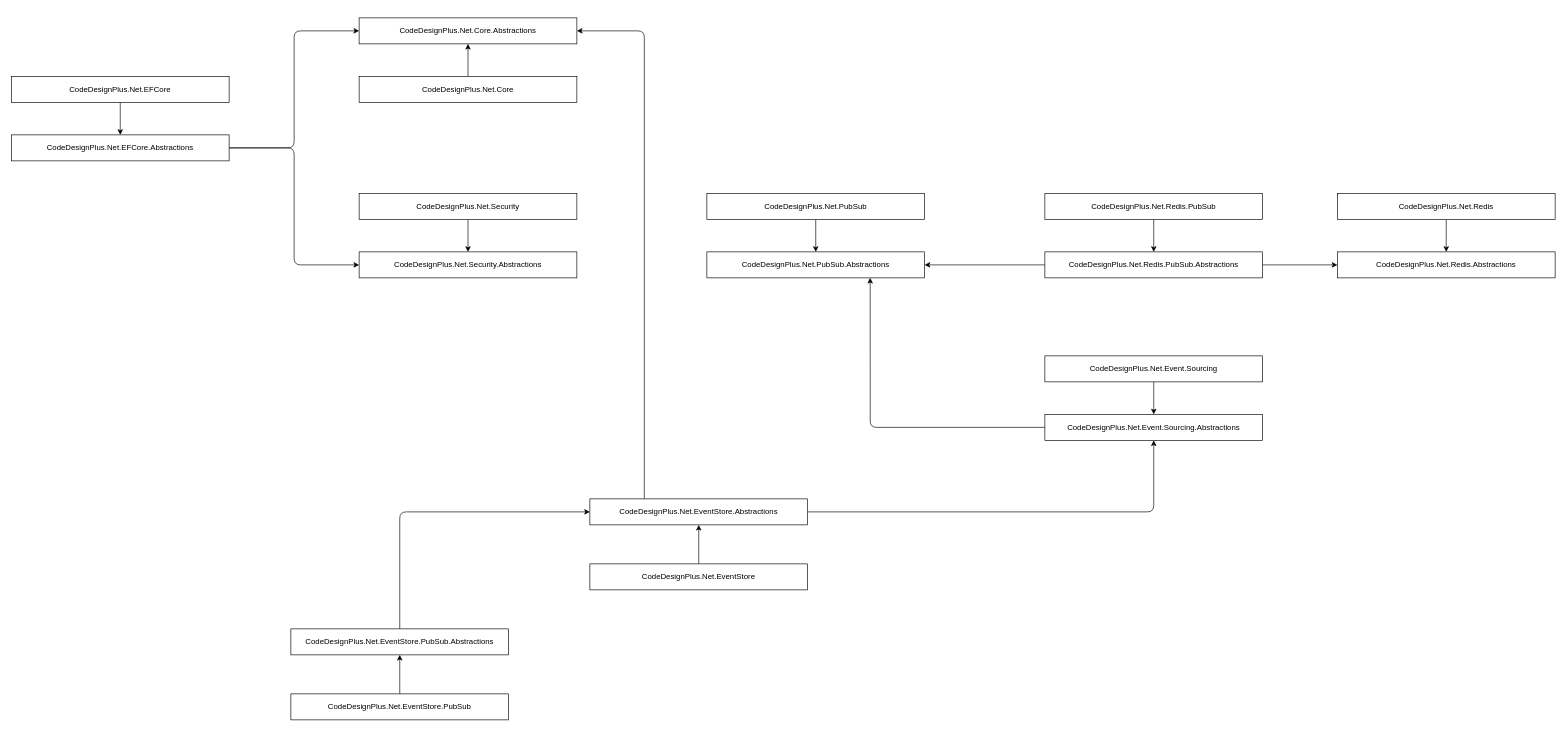
Earlier version of the draw.io diagram packages.drawio (codedesignplus/CodeDesignPlus.Net.Sdk). Source tidied: cells renumbered, new cells numbered last; positions are measured from the earlier drawing's top-left corner, leaving out a move shared by most shapes. Both pictures are drawn from the tidied source at 65%, with x=0, y=0 at pixel (11, 18).
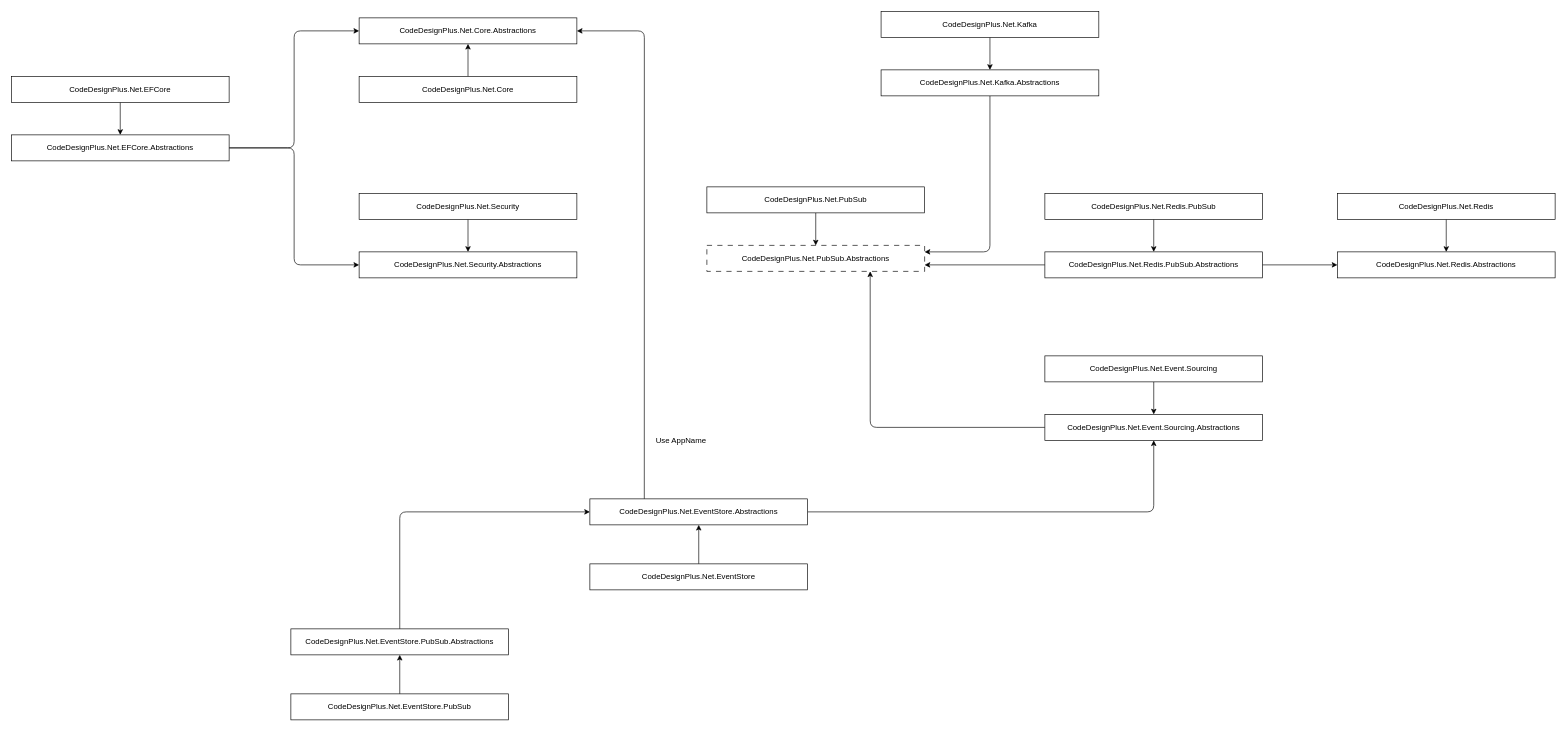
Above is the later version.

Commit message (it also covers changes not shown here):
test(net.kafka): update event bus to pubsub reference

The change refers to these unchanged cells:
```xml
<mxCell id="20" value="CodeDesignPlus.Net.Redis.PubSub.Abstractions" style="rounded=0;whiteSpace=wrap;html=1;" parent="1" vertex="1">
  <mxGeometry x="1590" y="360" width="335" height="40" as="geometry" />
</mxCell>
```

Diff of the diagram source:
```diff
@@
-    <mxCell id="16" value="CodeDesignPlus.Net.PubSub.Abstractions" style="rounded=0;whiteSpace=wrap;html=1;" parent="1" vertex="1">
-      <mxGeometry x="1070" y="360" width="335" height="40" as="geometry" />
+    <mxCell id="16" value="CodeDesignPlus.Net.PubSub.Abstractions" style="rounded=0;whiteSpace=wrap;html=1;dashed=1;dashPattern=8 8;" parent="1" vertex="1">
+      <mxGeometry x="1070" y="350" width="335" height="40" as="geometry" />
     </mxCell>
@@
     <mxCell id="18" value="CodeDesignPlus.Net.PubSub" style="rounded=0;whiteSpace=wrap;html=1;" parent="1" vertex="1">
-      <mxGeometry x="1070" y="270" width="335" height="40" as="geometry" />
+      <mxGeometry x="1070" y="260" width="335" height="40" as="geometry" />
     </mxCell>
-    <mxCell id="19" style="edgeStyle=orthogonalEdgeStyle;html=1;exitX=0;exitY=0.5;exitDx=0;exitDy=0;entryX=1;entryY=0.5;entryDx=0;entryDy=0;" parent="1" edge="1" source="20" target="16">
+    <mxCell id="19" style="edgeStyle=orthogonalEdgeStyle;html=1;exitX=0;exitY=0.5;exitDx=0;exitDy=0;entryX=1;entryY=0.75;entryDx=0;entryDy=0;" parent="1" edge="1" source="20" target="16">
       <mxGeometry relative="1" as="geometry" />
     </mxCell>
@@
+    <mxCell id="37" value="Use AppName" style="text;html=1;align=center;verticalAlign=middle;strokeColor=none;fillColor=none;" parent="1" vertex="1">
+      <mxGeometry x="980" y="635" width="100" height="30" as="geometry" />
+    </mxCell>
+    <mxCell id="38" style="edgeStyle=orthogonalEdgeStyle;html=1;exitX=0.5;exitY=1;exitDx=0;exitDy=0;entryX=1;entryY=0.25;entryDx=0;entryDy=0;" parent="1" edge="1" source="39" target="16">
+      <mxGeometry relative="1" as="geometry" />
+    </mxCell>
+    <mxCell id="39" value="CodeDesignPlus.Net.Kafka.Abstractions" style="rounded=0;whiteSpace=wrap;html=1;" parent="1" vertex="1">
+      <mxGeometry x="1338" y="80" width="335" height="40" as="geometry" />
+    </mxCell>
+    <mxCell id="40" style="edgeStyle=none;html=1;entryX=0.5;entryY=0;entryDx=0;entryDy=0;" parent="1" edge="1" source="41" target="39">
+      <mxGeometry relative="1" as="geometry" />
+    </mxCell>
+    <mxCell id="41" value="CodeDesignPlus.Net.Kafka" style="rounded=0;whiteSpace=wrap;html=1;" parent="1" vertex="1">
+      <mxGeometry x="1338" y="-10" width="335" height="40" as="geometry" />
+    </mxCell>
```
